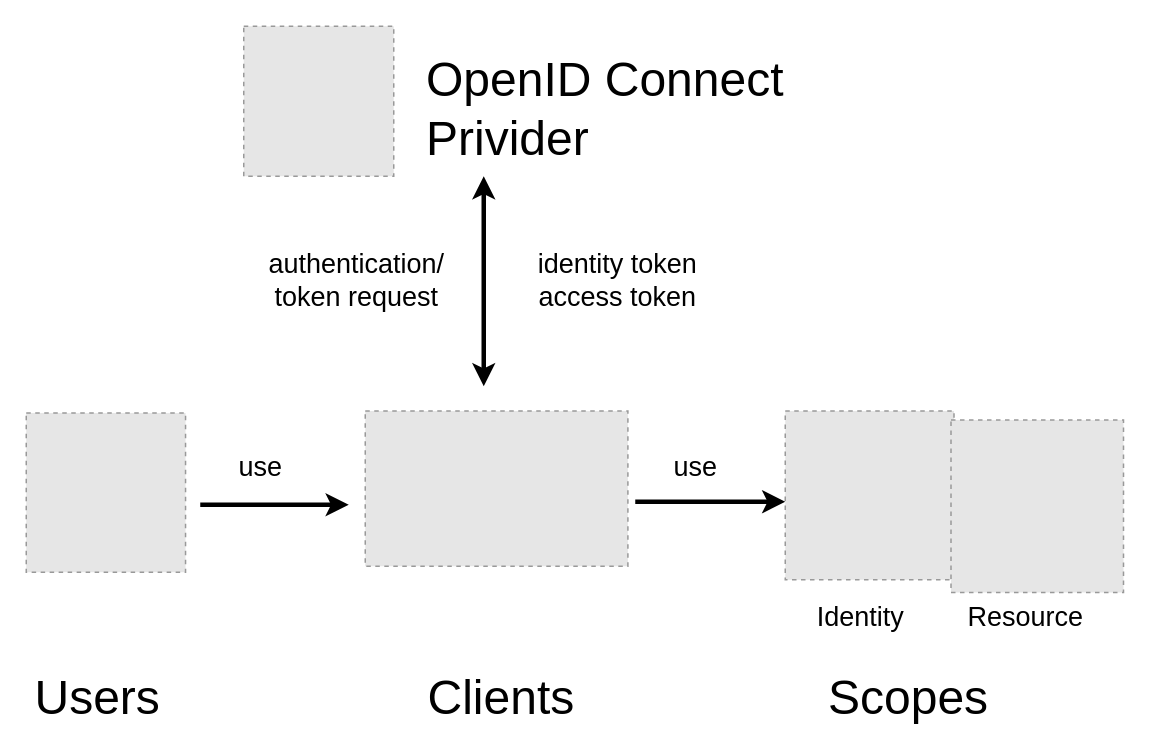
xzs603/draw.io keeps this draw.io diagram as uih/OIDC.drawio. Above is the earlier version. Source tidied: cells renumbered, new cells numbered last; positions are measured from the earlier drawing's top-left corner, leaving out a move shared by most shapes. Both pictures are drawn from the tidied source at 150%, with x=0, y=0 at pixel (26, 26). Pictures stored in the file or linked from it are replaced by grey dashed boxes.
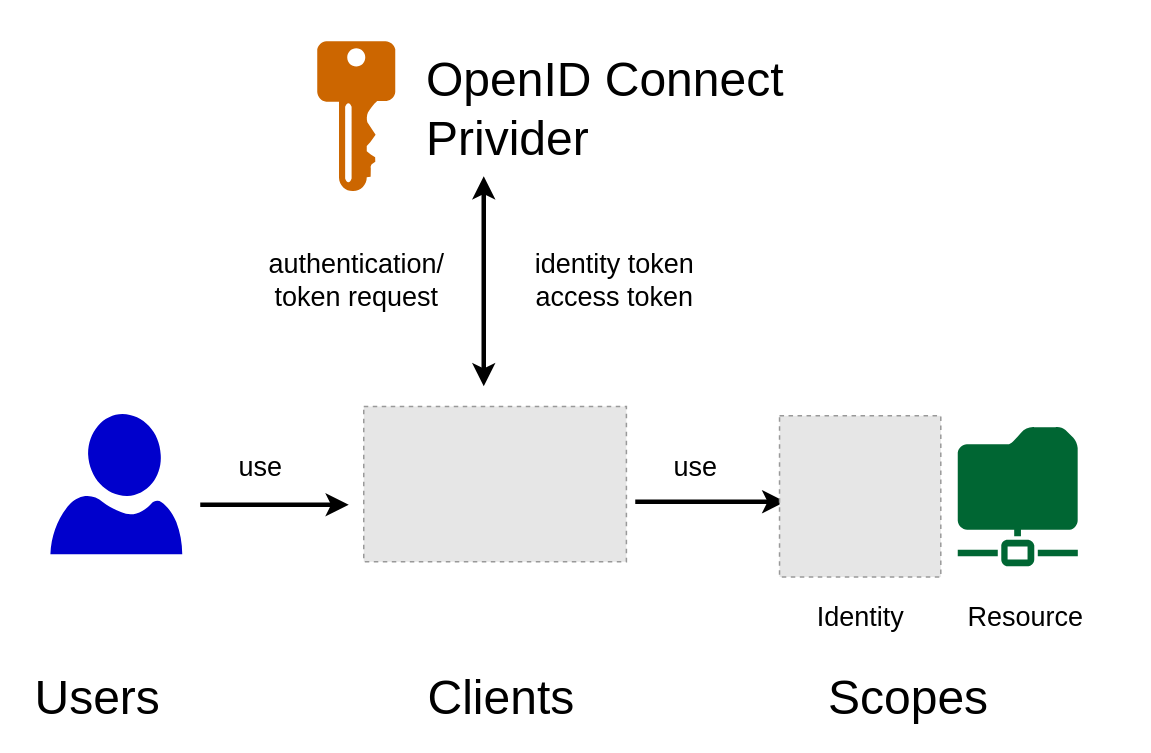
Above is the later version.

What changed in the source:
```diff
@@
-<mxGraphModel>
+<mxGraphModel background="#ffffff">
@@
-    <mxCell id="2" style="fillColor=#E6E6E6;strokeColor=#999999;dashed=1;verticalLabelPosition=bottom;verticalAlign=top;" parent="1" vertex="1">
-      <mxGeometry x="145" width="100" height="100" as="geometry" />
-    </mxCell>
-    <mxCell id="3" style="fillColor=#E6E6E6;strokeColor=#999999;dashed=1;verticalLabelPosition=bottom;verticalAlign=top;" parent="1" vertex="1">
-      <mxGeometry y="257.8" width="106.2" height="106.2" as="geometry" />
-    </mxCell>
-    <mxCell id="4" style="fillColor=#E6E6E6;strokeColor=#999999;dashed=1;verticalLabelPosition=bottom;verticalAlign=top;" parent="1" vertex="1">
-      <mxGeometry x="506" y="256.5" width="112.5" height="112.5" as="geometry" />
-    </mxCell>
-    <mxCell id="5" style="fillColor=#E6E6E6;strokeColor=#999999;dashed=1;verticalLabelPosition=bottom;verticalAlign=top;" parent="1" vertex="1">
-      <mxGeometry x="616.5" y="262.5" width="115" height="115" as="geometry" />
-    </mxCell>
@@
     <mxCell id="12" value="&lt;span style=&quot;font-size: 18px&quot;&gt;identity token&lt;br&gt;access token&lt;br&gt;&lt;/span&gt;" style="text;html=1;align=center;verticalAlign=middle;strokeColor=none;fillColor=none;" parent="1" vertex="1">
-      <mxGeometry x="334" y="150" width="120" height="40" as="geometry" />
+      <mxGeometry x="332" y="150" width="120" height="40" as="geometry" />
     </mxCell>
@@
     <mxCell id="19" style="fillColor=#E6E6E6;strokeColor=#999999;dashed=1;verticalLabelPosition=bottom;verticalAlign=top;" parent="1" vertex="1">
-      <mxGeometry x="226" y="256.5" width="175.1" height="103.5" as="geometry" />
+      <mxGeometry x="225" y="253.5" width="175.1" height="103.5" as="geometry" />
     </mxCell>
+    <mxCell id="20" style="shadow=0;dashed=0;html=1;strokeColor=none;labelPosition=center;verticalLabelPosition=bottom;verticalAlign=top;align=center;shape=mxgraph.azure.user;fillColor=#0000CC;" parent="1" vertex="1">
+      <mxGeometry x="16.1" y="258.5" width="87.9" height="93.5" as="geometry" />
+    </mxCell>
+    <mxCell id="21" style="shadow=0;dashed=0;html=1;strokeColor=none;labelPosition=center;verticalLabelPosition=bottom;verticalAlign=top;align=center;shape=mxgraph.mscae.enterprise.key_permissions;fillColor=#CC6600;" parent="1" vertex="1">
+      <mxGeometry x="194" y="10" width="52" height="100" as="geometry" />
+    </mxCell>
+    <mxCell id="22" style="fillColor=#E6E6E6;strokeColor=#999999;dashed=1;verticalLabelPosition=bottom;verticalAlign=top;" parent="1" vertex="1">
+      <mxGeometry x="502.2" y="259.7" width="107.5" height="107.5" as="geometry" />
+    </mxCell>
+    <mxCell id="23" style="shadow=0;dashed=0;html=1;strokeColor=none;labelPosition=center;verticalLabelPosition=bottom;verticalAlign=top;align=center;shape=mxgraph.mscae.enterprise.shared_folder;fillColor=#006633;" parent="1" vertex="1">
+      <mxGeometry x="621" y="266.9" width="80.1" height="93.1" as="geometry" />
+    </mxCell>
```
